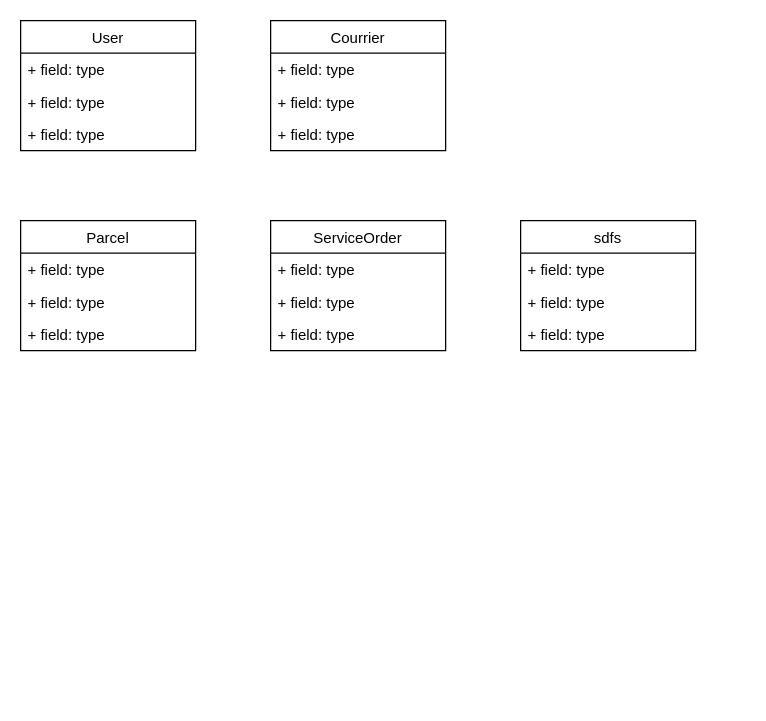
akctba/hiparcel keeps this draw.io diagram as page "Model class diagram" (2 of 3) of docs/HI-parcel-UML.drawio. Above is the earlier version. Source tidied: cells renumbered, new cells numbered last; positions are measured from the earlier drawing's top-left corner, leaving out a move shared by most shapes. Both pictures are drawn from the tidied source at 125%, with x=0, y=0 at pixel (20, 20).
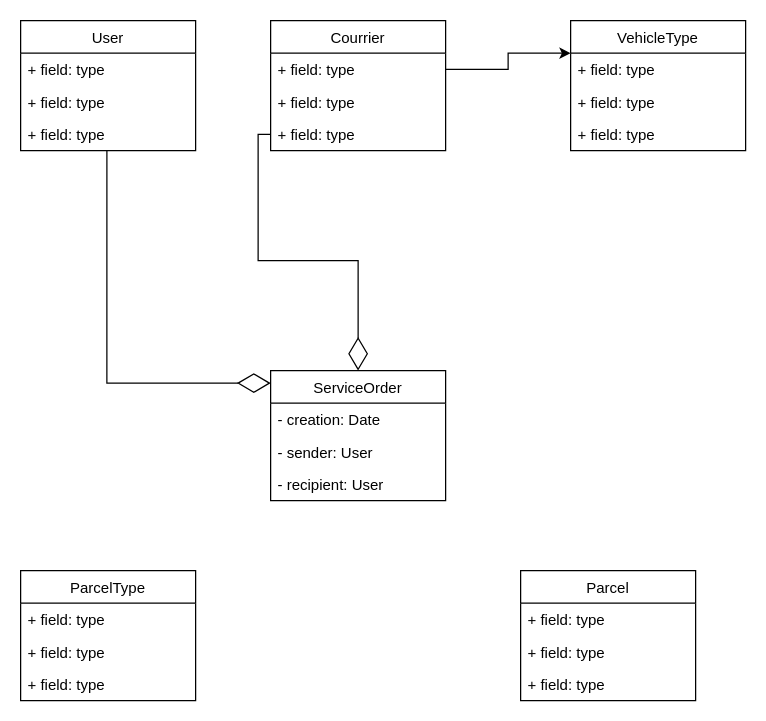
Above is the later version.

Unchanged cells that the change refers to:
```xml
<mxCell id="5" value="+ field: type" style="text;strokeColor=none;fillColor=none;align=left;verticalAlign=top;spacingLeft=4;spacingRight=4;overflow=hidden;points=[[0,0.5],[1,0.5]];portConstraint=eastwest;" parent="2" vertex="1">
  <mxGeometry y="78" width="140" height="26" as="geometry" />
</mxCell>
<mxCell id="7" value="+ field: type" style="text;strokeColor=none;fillColor=none;align=left;verticalAlign=top;spacingLeft=4;spacingRight=4;overflow=hidden;points=[[0,0.5],[1,0.5]];portConstraint=eastwest;" parent="6" vertex="1">
  <mxGeometry y="26" width="140" height="26" as="geometry" />
</mxCell>
<mxCell id="9" value="+ field: type" style="text;strokeColor=none;fillColor=none;align=left;verticalAlign=top;spacingLeft=4;spacingRight=4;overflow=hidden;points=[[0,0.5],[1,0.5]];portConstraint=eastwest;" parent="6" vertex="1">
  <mxGeometry y="78" width="140" height="26" as="geometry" />
</mxCell>
```

Diff of the diagram source:
```diff
@@
     <mxCell id="10" value="Parcel" style="swimlane;fontStyle=0;horizontal=1;startSize=26;fillColor=none;" parent="1" vertex="1">
-      <mxGeometry y="160" width="140" height="104" as="geometry" />
+      <mxGeometry x="400" y="440" width="140" height="104" as="geometry" />
     </mxCell>
@@
     <mxCell id="14" value="ServiceOrder" style="swimlane;fontStyle=0;horizontal=1;startSize=26;fillColor=none;" parent="1" vertex="1">
-      <mxGeometry x="200" y="160" width="140" height="104" as="geometry" />
+      <mxGeometry x="200" y="280" width="140" height="104" as="geometry" />
     </mxCell>
-    <mxCell id="15" value="+ field: type" style="text;strokeColor=none;fillColor=none;align=left;verticalAlign=top;spacingLeft=4;spacingRight=4;overflow=hidden;" parent="14" vertex="1">
+    <mxCell id="15" value="- creation: Date" style="text;strokeColor=none;fillColor=none;align=left;verticalAlign=top;spacingLeft=4;spacingRight=4;overflow=hidden;" parent="14" vertex="1">
       <mxGeometry y="26" width="140" height="26" as="geometry" />
     </mxCell>
-    <mxCell id="16" value="+ field: type" style="text;strokeColor=none;fillColor=none;align=left;verticalAlign=top;spacingLeft=4;spacingRight=4;overflow=hidden;" parent="14" vertex="1">
+    <mxCell id="16" value="- sender: User" style="text;strokeColor=none;fillColor=none;align=left;verticalAlign=top;spacingLeft=4;spacingRight=4;overflow=hidden;" parent="14" vertex="1">
       <mxGeometry y="52" width="140" height="26" as="geometry" />
     </mxCell>
-    <mxCell id="17" value="+ field: type" style="text;strokeColor=none;fillColor=none;align=left;verticalAlign=top;spacingLeft=4;spacingRight=4;overflow=hidden;" parent="14" vertex="1">
+    <mxCell id="17" value="- recipient: User" style="text;strokeColor=none;fillColor=none;align=left;verticalAlign=top;spacingLeft=4;spacingRight=4;overflow=hidden;" parent="14" vertex="1">
       <mxGeometry y="78" width="140" height="26" as="geometry" />
     </mxCell>
-    <mxCell id="18" value="sdfs" style="swimlane;fontStyle=0;horizontal=1;startSize=26;fillColor=none;" parent="1" vertex="1">
-      <mxGeometry x="400" y="160" width="140" height="104" as="geometry" />
+    <mxCell id="18" value="VehicleType" style="swimlane;fontStyle=0;horizontal=1;startSize=26;fillColor=none;" parent="1" vertex="1">
+      <mxGeometry x="440" width="140" height="104" as="geometry" />
     </mxCell>
@@
+    <mxCell id="22" value="ParcelType" style="swimlane;fontStyle=0;horizontal=1;startSize=26;fillColor=none;" parent="1" vertex="1">
+      <mxGeometry y="440" width="140" height="104" as="geometry" />
+    </mxCell>
+    <mxCell id="23" value="+ field: type" style="text;strokeColor=none;fillColor=none;align=left;verticalAlign=top;spacingLeft=4;spacingRight=4;overflow=hidden;" parent="22" vertex="1">
+      <mxGeometry y="26" width="140" height="26" as="geometry" />
+    </mxCell>
+    <mxCell id="24" value="+ field: type" style="text;strokeColor=none;fillColor=none;align=left;verticalAlign=top;spacingLeft=4;spacingRight=4;overflow=hidden;" parent="22" vertex="1">
+      <mxGeometry y="52" width="140" height="26" as="geometry" />
+    </mxCell>
+    <mxCell id="25" value="+ field: type" style="text;strokeColor=none;fillColor=none;align=left;verticalAlign=top;spacingLeft=4;spacingRight=4;overflow=hidden;" parent="22" vertex="1">
+      <mxGeometry y="78" width="140" height="26" as="geometry" />
+    </mxCell>
+    <mxCell id="26" style="endArrow=diamondThin;endFill=0;endSize=24;html=1;entryX=0;entryY=0.096;entryDx=0;entryDy=0;entryPerimeter=0;edgeStyle=orthogonalEdgeStyle;rounded=0;exitX=0.493;exitY=1;exitDx=0;exitDy=0;exitPerimeter=0;" parent="1" edge="1" source="5" target="14">
+      <mxGeometry relative="1" as="geometry" />
+    </mxCell>
+    <mxCell id="27" style="endArrow=diamondThin;endFill=0;endSize=24;html=1;exitX=0;exitY=0.5;exitDx=0;exitDy=0;entryX=0.5;entryY=0;entryDx=0;entryDy=0;edgeStyle=orthogonalEdgeStyle;rounded=0;" parent="1" edge="1" source="9" target="14">
+      <mxGeometry relative="1" as="geometry" />
+    </mxCell>
+    <mxCell id="28" style="edgeStyle=orthogonalEdgeStyle;rounded=0;jettySize=auto;html=1;exitX=1;exitY=0.5;exitDx=0;exitDy=0;entryX=0;entryY=0.25;entryDx=0;entryDy=0;" parent="1" edge="1" source="7" target="18">
+      <mxGeometry relative="1" as="geometry" />
+    </mxCell>
```
